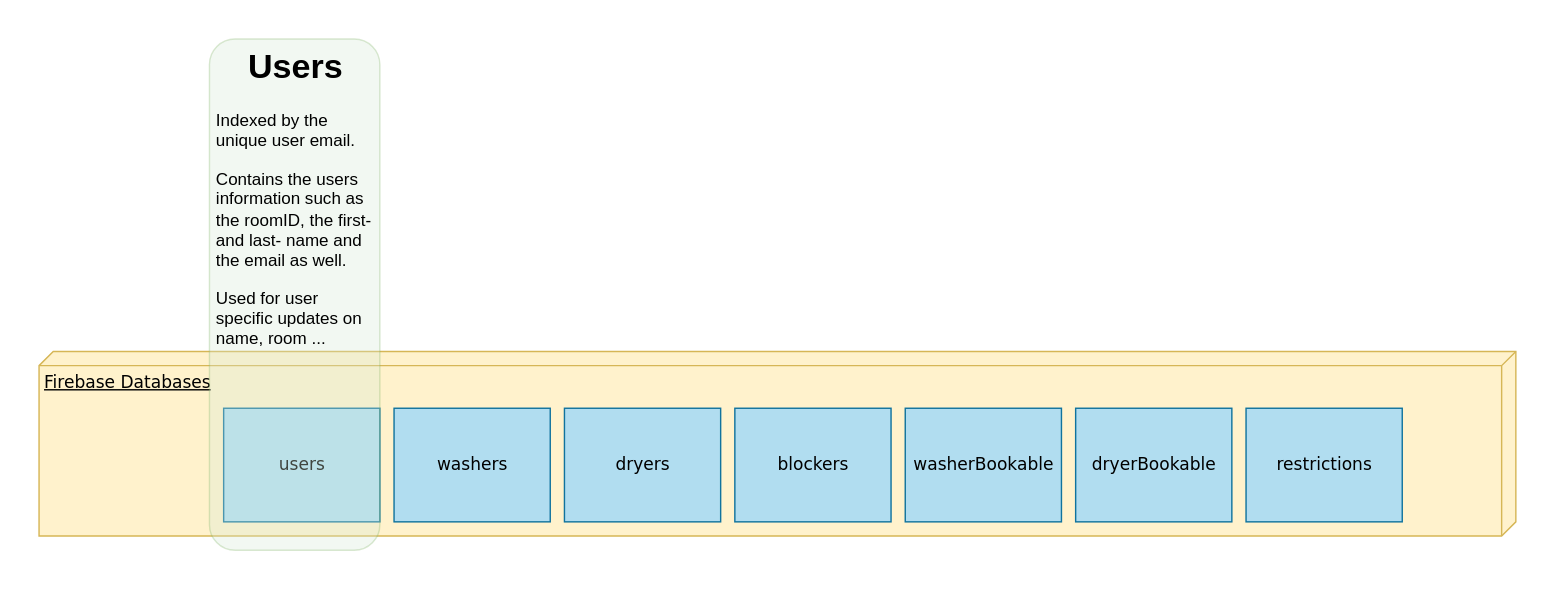
Above: UML Diagramme/DBModell.drawio in PriXss/UMLDiagramme (draw.io), before the change. Source tidied: cells renumbered, new cells numbered last; positions are measured from the earlier drawing's top-left corner, leaving out a move shared by most shapes. Both pictures are drawn from the tidied source at 142%, with x=0, y=0 at pixel (38, 38).
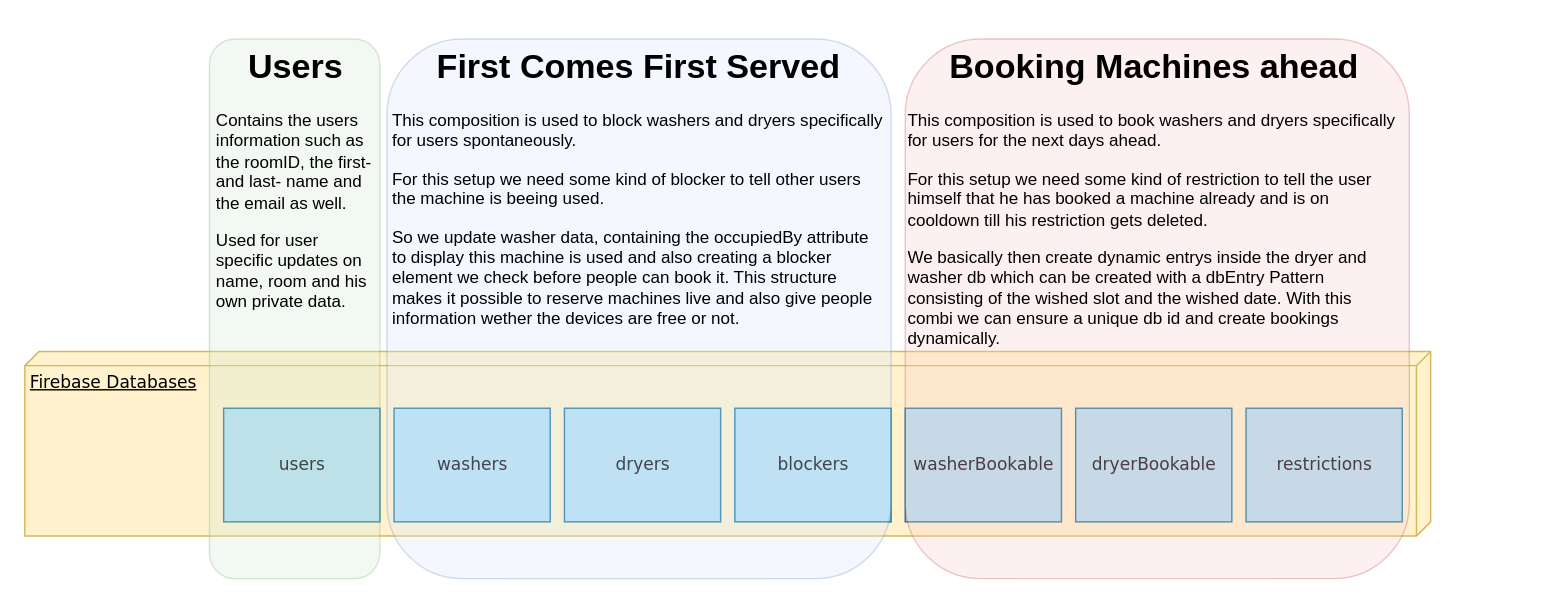
The same diagram, later.

Change to the diagram source:
```diff
@@
 <mxGraphModel>
   <root>
     <mxCell id="0" />
     <mxCell id="1" parent="0" />
     <mxCell id="2" value="Firebase Databases" style="verticalAlign=top;align=left;spacingTop=8;spacingLeft=2;spacingRight=12;shape=cube;size=10;direction=south;fontStyle=4;html=1;rounded=0;shadow=0;comic=0;labelBackgroundColor=none;strokeWidth=1;fontFamily=Verdana;fontSize=12;fillColor=#fff2cc;strokeColor=#d6b656;" parent="1" vertex="1">
-      <mxGeometry y="220" width="1040" height="130" as="geometry" />
+      <mxGeometry x="-10" y="220" width="990" height="130" as="geometry" />
     </mxCell>
     <mxCell id="3" value="users" style="html=1;rounded=0;shadow=0;comic=0;labelBackgroundColor=none;strokeWidth=1;fontFamily=Verdana;fontSize=12;align=center;fillColor=#b1ddf0;strokeColor=#10739e;" parent="1" vertex="1">
       <mxGeometry x="130" y="260" width="110" height="80" as="geometry" />
     </mxCell>
     <mxCell id="4" value="washers" style="html=1;rounded=0;shadow=0;comic=0;labelBackgroundColor=none;strokeWidth=1;fontFamily=Verdana;fontSize=12;align=center;fillColor=#b1ddf0;strokeColor=#10739e;" parent="1" vertex="1">
       <mxGeometry x="250" y="260" width="110" height="80" as="geometry" />
     </mxCell>
     <mxCell id="5" value="dryers" style="html=1;rounded=0;shadow=0;comic=0;labelBackgroundColor=none;strokeWidth=1;fontFamily=Verdana;fontSize=12;align=center;fillColor=#b1ddf0;strokeColor=#10739e;" parent="1" vertex="1">
       <mxGeometry x="370" y="260" width="110" height="80" as="geometry" />
     </mxCell>
     <mxCell id="6" value="blockers" style="html=1;rounded=0;shadow=0;comic=0;labelBackgroundColor=none;strokeWidth=1;fontFamily=Verdana;fontSize=12;align=center;fillColor=#b1ddf0;strokeColor=#10739e;" parent="1" vertex="1">
       <mxGeometry x="490" y="260" width="110" height="80" as="geometry" />
     </mxCell>
     <mxCell id="7" value="washerBookable" style="html=1;rounded=0;shadow=0;comic=0;labelBackgroundColor=none;strokeWidth=1;fontFamily=Verdana;fontSize=12;align=center;fillColor=#b1ddf0;strokeColor=#10739e;" parent="1" vertex="1">
       <mxGeometry x="610" y="260" width="110" height="80" as="geometry" />
     </mxCell>
     <mxCell id="8" value="dryerBookable" style="html=1;rounded=0;shadow=0;comic=0;labelBackgroundColor=none;strokeWidth=1;fontFamily=Verdana;fontSize=12;align=center;fillColor=#b1ddf0;strokeColor=#10739e;" parent="1" vertex="1">
       <mxGeometry x="730" y="260" width="110" height="80" as="geometry" />
     </mxCell>
     <mxCell id="9" value="restrictions" style="html=1;rounded=0;shadow=0;comic=0;labelBackgroundColor=none;strokeWidth=1;fontFamily=Verdana;fontSize=12;align=center;fillColor=#b1ddf0;strokeColor=#10739e;" parent="1" vertex="1">
       <mxGeometry x="850" y="260" width="110" height="80" as="geometry" />
     </mxCell>
     <mxCell id="10" style="rounded=1;whiteSpace=wrap;html=1;fillColor=#d5e8d4;strokeColor=#82b366;opacity=30;" parent="1" vertex="1">
-      <mxGeometry x="120" width="120" height="360" as="geometry" />
+      <mxGeometry x="120" width="120" height="380" as="geometry" />
     </mxCell>
-    <mxCell id="11" value="&lt;h1 style=&quot;text-align: center;&quot;&gt;Users&lt;/h1&gt;&lt;p style=&quot;&quot;&gt;Indexed by the unique user email.&lt;/p&gt;&lt;p&gt;Contains the users information such as the roomID, the first- and last- name and the email as well.&lt;/p&gt;&lt;p&gt;Used for user specific updates on name, room ...&lt;/p&gt;" style="text;html=1;strokeColor=none;fillColor=none;spacing=5;spacingTop=-20;whiteSpace=wrap;overflow=hidden;rounded=0;opacity=30;align=left;" parent="1" vertex="1">
+    <mxCell id="11" value="&lt;h1 style=&quot;text-align: center;&quot;&gt;Users&lt;/h1&gt;&lt;p style=&quot;&quot;&gt;&lt;span style=&quot;background-color: initial;&quot;&gt;Contains the users information such as the roomID, the first- and last- name and the email as well.&lt;/span&gt;&lt;br&gt;&lt;/p&gt;&lt;p&gt;Used for user specific updates on name, room and his own private data.&lt;/p&gt;" style="text;html=1;strokeColor=none;fillColor=none;spacing=5;spacingTop=-20;whiteSpace=wrap;overflow=hidden;rounded=0;opacity=30;align=left;" parent="1" vertex="1">
       <mxGeometry x="120" width="120" height="220" as="geometry" />
     </mxCell>
+    <mxCell id="12" style="rounded=1;whiteSpace=wrap;html=1;fillColor=#dae8fc;strokeColor=#6c8ebf;opacity=30;" parent="1" vertex="1">
+      <mxGeometry x="245" width="355" height="380" as="geometry" />
+    </mxCell>
+    <mxCell id="13" value="&lt;h1&gt;First Comes First Served&lt;/h1&gt;&lt;p style=&quot;text-align: left;&quot;&gt;This composition is used to block washers and dryers specifically for users spontaneously.&lt;/p&gt;&lt;p style=&quot;text-align: left;&quot;&gt;For this setup we need some kind of blocker to tell other users the machine is beeing used.&lt;/p&gt;&lt;p style=&quot;text-align: left;&quot;&gt;So we update washer data, containing the occupiedBy attribute to display this machine is used and also creating a blocker element we check before people can book it. This structure makes it possible to reserve machines live and also give people information wether the devices are free or not.&lt;/p&gt;&lt;p style=&quot;text-align: left;&quot;&gt;&lt;br&gt;&lt;/p&gt;" style="text;html=1;strokeColor=none;fillColor=none;spacing=5;spacingTop=-20;whiteSpace=wrap;overflow=hidden;rounded=0;opacity=30;align=center;" parent="1" vertex="1">
+      <mxGeometry x="245" width="355" height="220" as="geometry" />
+    </mxCell>
+    <mxCell id="14" style="rounded=1;whiteSpace=wrap;html=1;fillColor=#f8cecc;strokeColor=#b85450;opacity=30;" parent="1" vertex="1">
+      <mxGeometry x="610" width="355" height="380" as="geometry" />
+    </mxCell>
+    <mxCell id="15" value="&lt;h1&gt;Booking Machines ahead&lt;/h1&gt;&lt;p style=&quot;text-align: left;&quot;&gt;This composition is used to book washers and dryers specifically for users for the next days ahead.&lt;/p&gt;&lt;p style=&quot;text-align: left;&quot;&gt;For this setup we need some kind of restriction to tell the user himself that he has booked a machine already and is on cooldown till his restriction gets deleted.&lt;/p&gt;&lt;p style=&quot;text-align: left;&quot;&gt;We basically then create dynamic entrys inside the dryer and washer db which can be created with a dbEntry Pattern consisting of the wished slot and the wished date. With this combi we can ensure a unique db id and create bookings dynamically.&lt;/p&gt;&lt;p style=&quot;text-align: left;&quot;&gt;&lt;br&gt;&lt;/p&gt;" style="text;html=1;strokeColor=none;fillColor=none;spacing=5;spacingTop=-20;whiteSpace=wrap;overflow=hidden;rounded=0;opacity=30;align=center;" parent="1" vertex="1">
+      <mxGeometry x="607.5" width="355" height="220" as="geometry" />
+    </mxCell>
   </root>
 </mxGraphModel>
```
